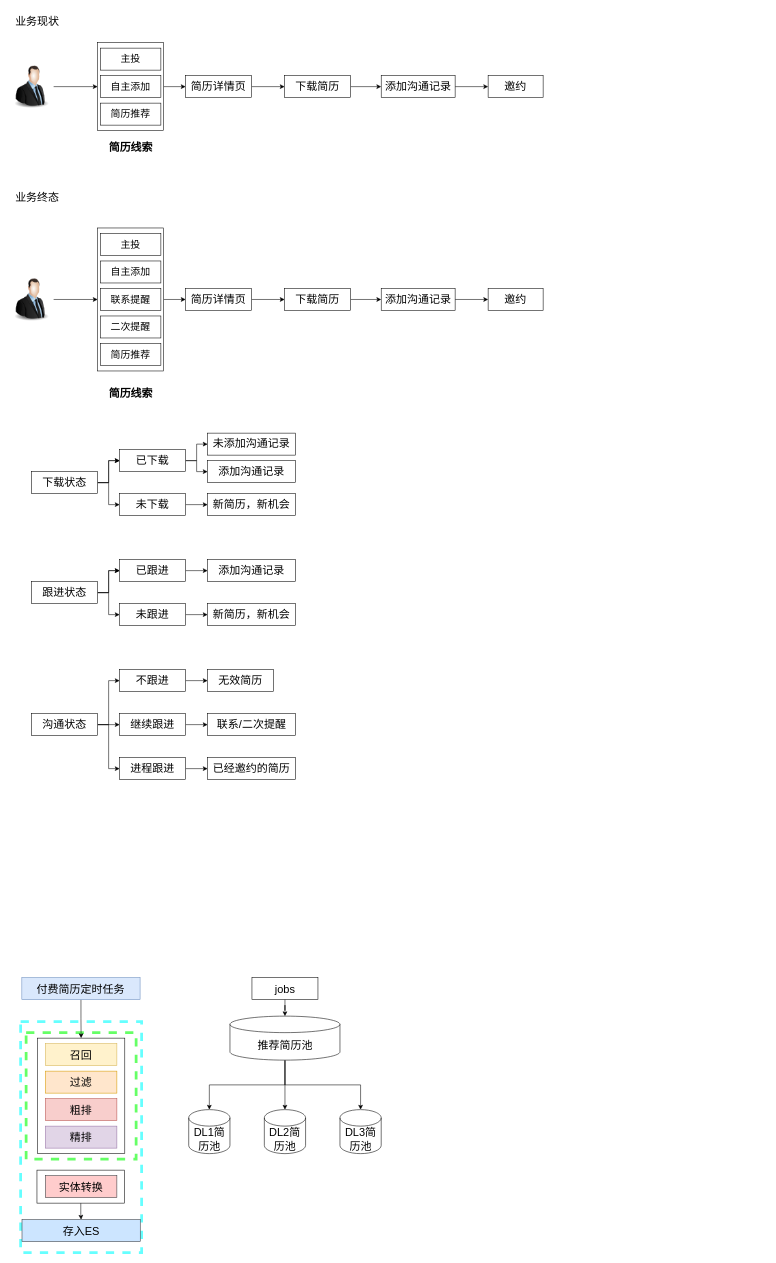
LuOyEbY/draw-b keeps this draw.io diagram as 简历推荐优化.drawio. Above is the earlier version. Source tidied: cells renumbered, new cells numbered last; positions are measured from the earlier drawing's top-left corner, leaving out a move shared by most shapes. Both pictures are drawn from the tidied source at 55%, with x=0, y=0 at pixel (9, 9).
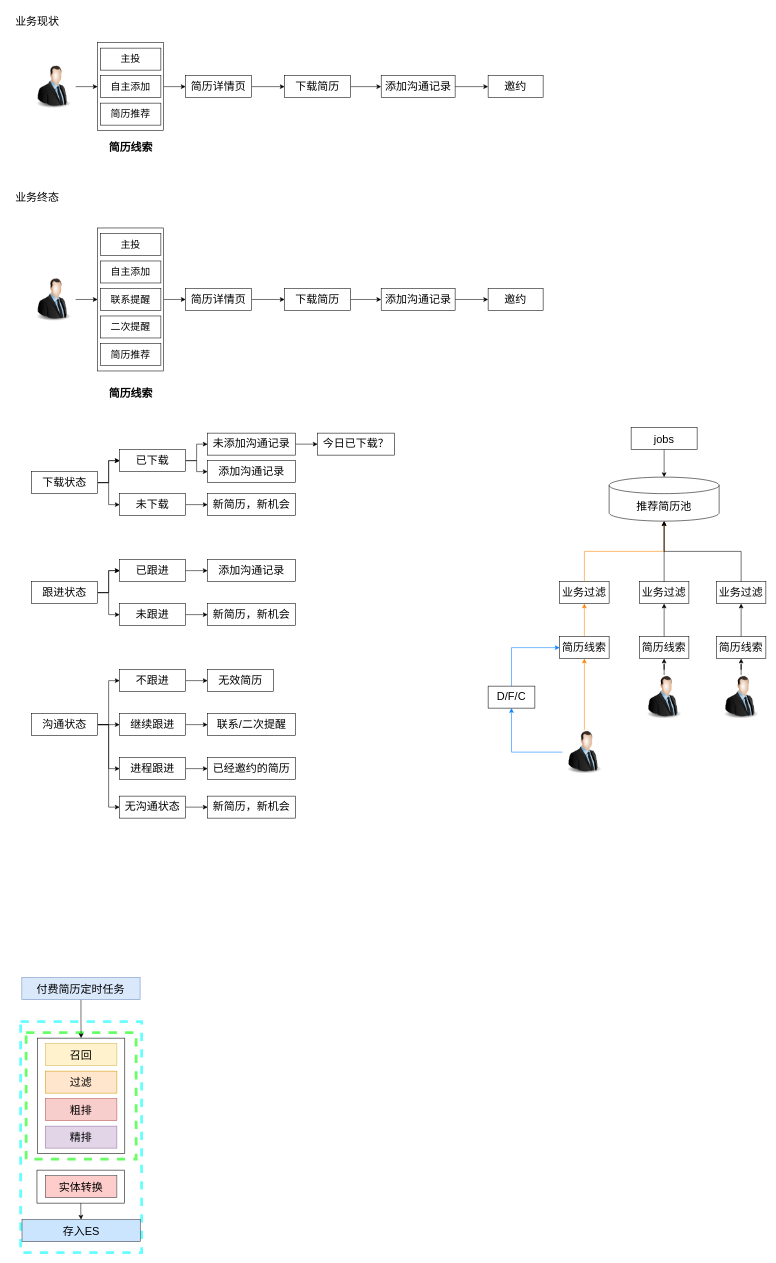
After the change.

Commit message:
更新简历推荐优化.drawio

Unchanged cells that the change refers to:
```xml
<mxCell id="69" value="沟通状态" style="whiteSpace=wrap;html=1;verticalAlign=top;labelBackgroundColor=default;fontSize=20;" parent="1" vertex="1">
  <mxGeometry x="40" y="1280" width="120" height="40" as="geometry" />
</mxCell>
<mxCell id="85" value="未添加沟通记录" style="whiteSpace=wrap;html=1;verticalAlign=top;labelBackgroundColor=default;fontSize=20;" parent="1" vertex="1">
  <mxGeometry x="360" y="770" width="160" height="40" as="geometry" />
</mxCell>
```

The edit, as a diff of the source:
```diff
@@
     <mxCell id="3" style="image;html=1;image=img/lib/clip_art/people/Suit_Man_128x128.png;" parent="1" vertex="1">
-      <mxGeometry y="100" width="80" height="80" as="geometry" />
+      <mxGeometry x="40" y="100" width="80" height="80" as="geometry" />
     </mxCell>
@@
     <mxCell id="12" style="image;html=1;image=img/lib/clip_art/people/Suit_Man_128x128.png;" parent="1" vertex="1">
-      <mxGeometry y="487" width="80" height="80" as="geometry" />
+      <mxGeometry x="40" y="487" width="80" height="80" as="geometry" />
     </mxCell>
@@
     <mxCell id="35" value="jobs" style="rounded=0;whiteSpace=wrap;html=1;fontSize=20;" parent="1" vertex="1">
-      <mxGeometry x="440.6" y="1760" width="120" height="40" as="geometry" />
+      <mxGeometry x="1130" y="760" width="120" height="40" as="geometry" />
     </mxCell>
-    <mxCell id="36" style="edgeStyle=orthogonalEdgeStyle;rounded=0;jettySize=auto;html=1;" parent="1" edge="1" source="39" target="42">
-      <mxGeometry relative="1" as="geometry" />
-    </mxCell>
-    <mxCell id="37" style="edgeStyle=orthogonalEdgeStyle;rounded=0;jettySize=auto;html=1;" parent="1" edge="1" source="39" target="41">
-      <mxGeometry relative="1" as="geometry" />
-    </mxCell>
-    <mxCell id="38" style="edgeStyle=orthogonalEdgeStyle;rounded=0;jettySize=auto;html=1;" parent="1" edge="1" source="39" target="43">
-      <mxGeometry relative="1" as="geometry" />
-    </mxCell>
     <mxCell id="39" value="推荐简历池" style="shape=cylinder3;whiteSpace=wrap;html=1;boundedLbl=1;backgroundOutline=1;size=15;fontSize=20;" parent="1" vertex="1">
-      <mxGeometry x="400.6" y="1830" width="200" height="80" as="geometry" />
+      <mxGeometry x="1090" y="850" width="200" height="80" as="geometry" />
     </mxCell>
@@
-    <mxCell id="41" value="DL1简历池" style="shape=cylinder3;whiteSpace=wrap;html=1;boundedLbl=1;backgroundOutline=1;size=15;fontSize=20;" parent="1" vertex="1">
-      <mxGeometry x="325.6" y="2000" width="75" height="80" as="geometry" />
-    </mxCell>
-    <mxCell id="42" value="DL2简历池" style="shape=cylinder3;whiteSpace=wrap;html=1;boundedLbl=1;backgroundOutline=1;size=15;fontSize=20;" parent="1" vertex="1">
-      <mxGeometry x="463.1" y="2000" width="75" height="80" as="geometry" />
-    </mxCell>
-    <mxCell id="43" value="DL3简历池" style="shape=cylinder3;whiteSpace=wrap;html=1;boundedLbl=1;backgroundOutline=1;size=15;fontSize=20;" parent="1" vertex="1">
-      <mxGeometry x="600.6" y="2000" width="75" height="80" as="geometry" />
-    </mxCell>
@@
+    <mxCell id="93" style="edgeStyle=orthogonalEdgeStyle;rounded=0;jettySize=auto;html=1;entryX=0;entryY=0.5;entryDx=0;entryDy=0;" parent="1" edge="1" source="69" target="96">
+      <mxGeometry relative="1" as="geometry" />
+    </mxCell>
@@
+    <mxCell id="94" style="edgeStyle=orthogonalEdgeStyle;rounded=0;jettySize=auto;html=1;" parent="1" edge="1" source="85" target="98">
+      <mxGeometry relative="1" as="geometry" />
+    </mxCell>
@@
+    <mxCell id="95" style="edgeStyle=orthogonalEdgeStyle;rounded=0;jettySize=auto;html=1;" parent="1" edge="1" source="96" target="97">
+      <mxGeometry relative="1" as="geometry" />
+    </mxCell>
+    <mxCell id="96" value="无沟通状态" style="whiteSpace=wrap;html=1;verticalAlign=top;labelBackgroundColor=default;fontSize=20;" parent="1" vertex="1">
+      <mxGeometry x="200" y="1430" width="120" height="40" as="geometry" />
+    </mxCell>
+    <mxCell id="97" value="新简历，新机会" style="whiteSpace=wrap;html=1;verticalAlign=top;labelBackgroundColor=default;fontSize=20;" parent="1" vertex="1">
+      <mxGeometry x="360" y="1430" width="160" height="40" as="geometry" />
+    </mxCell>
+    <mxCell id="98" value="今日已下载？" style="whiteSpace=wrap;html=1;verticalAlign=top;labelBackgroundColor=default;fontSize=20;" parent="1" vertex="1">
+      <mxGeometry x="560" y="770" width="140" height="40" as="geometry" />
+    </mxCell>
+    <mxCell id="99" style="edgeStyle=orthogonalEdgeStyle;rounded=0;jettySize=auto;html=1;strokeColor=#FF8000;" parent="1" edge="1" source="101" target="103">
+      <mxGeometry relative="1" as="geometry" />
+    </mxCell>
+    <mxCell id="100" style="edgeStyle=orthogonalEdgeStyle;rounded=0;jettySize=auto;html=1;strokeColor=#007FFF;" parent="1" edge="1" source="101" target="119">
+      <mxGeometry relative="1" as="geometry" />
+    </mxCell>
+    <mxCell id="101" style="image;html=1;image=img/lib/clip_art/people/Suit_Man_128x128.png;" parent="1" vertex="1">
+      <mxGeometry x="1005" y="1310" width="80" height="80" as="geometry" />
+    </mxCell>
+    <mxCell id="102" style="edgeStyle=orthogonalEdgeStyle;rounded=0;jettySize=auto;html=1;strokeColor=#FF8000;" parent="1" edge="1" source="103" target="104">
+      <mxGeometry relative="1" as="geometry" />
+    </mxCell>
+    <mxCell id="103" value="简历线索" style="whiteSpace=wrap;html=1;verticalAlign=top;labelBackgroundColor=default;fontSize=20;" parent="1" vertex="1">
+      <mxGeometry x="1000" y="1140" width="90" height="40" as="geometry" />
+    </mxCell>
+    <mxCell id="104" value="业务过滤" style="whiteSpace=wrap;html=1;verticalAlign=top;labelBackgroundColor=default;fontSize=20;" parent="1" vertex="1">
+      <mxGeometry x="1000" y="1040" width="90" height="40" as="geometry" />
+    </mxCell>
+    <mxCell id="105" style="edgeStyle=orthogonalEdgeStyle;rounded=0;jettySize=auto;html=1;entryX=0.5;entryY=1;entryDx=0;entryDy=0;entryPerimeter=0;strokeColor=#FF8000;" parent="1" edge="1" source="104" target="39">
+      <mxGeometry relative="1" as="geometry" />
+    </mxCell>
+    <mxCell id="106" style="edgeStyle=orthogonalEdgeStyle;rounded=0;jettySize=auto;html=1;" parent="1" edge="1" source="107" target="109">
+      <mxGeometry relative="1" as="geometry" />
+    </mxCell>
+    <mxCell id="107" style="image;html=1;image=img/lib/clip_art/people/Suit_Man_128x128.png;" parent="1" vertex="1">
+      <mxGeometry x="1150" y="1210" width="80" height="80" as="geometry" />
+    </mxCell>
+    <mxCell id="108" style="edgeStyle=orthogonalEdgeStyle;rounded=0;jettySize=auto;html=1;" parent="1" edge="1" source="109" target="110">
+      <mxGeometry relative="1" as="geometry" />
+    </mxCell>
+    <mxCell id="109" value="简历线索" style="whiteSpace=wrap;html=1;verticalAlign=top;labelBackgroundColor=default;fontSize=20;" parent="1" vertex="1">
+      <mxGeometry x="1145" y="1140" width="90" height="40" as="geometry" />
+    </mxCell>
+    <mxCell id="110" value="业务过滤" style="whiteSpace=wrap;html=1;verticalAlign=top;labelBackgroundColor=default;fontSize=20;" parent="1" vertex="1">
+      <mxGeometry x="1145" y="1040" width="90" height="40" as="geometry" />
+    </mxCell>
+    <mxCell id="111" style="edgeStyle=orthogonalEdgeStyle;rounded=0;jettySize=auto;html=1;entryX=0.5;entryY=1;entryDx=0;entryDy=0;entryPerimeter=0;" parent="1" edge="1" source="110" target="39">
+      <mxGeometry relative="1" as="geometry" />
+    </mxCell>
+    <mxCell id="112" style="edgeStyle=orthogonalEdgeStyle;rounded=0;jettySize=auto;html=1;" parent="1" edge="1" source="113" target="115">
+      <mxGeometry relative="1" as="geometry" />
+    </mxCell>
+    <mxCell id="113" style="image;html=1;image=img/lib/clip_art/people/Suit_Man_128x128.png;" parent="1" vertex="1">
+      <mxGeometry x="1290" y="1210" width="80" height="80" as="geometry" />
+    </mxCell>
+    <mxCell id="114" style="edgeStyle=orthogonalEdgeStyle;rounded=0;jettySize=auto;html=1;" parent="1" edge="1" source="115" target="116">
+      <mxGeometry relative="1" as="geometry" />
+    </mxCell>
+    <mxCell id="115" value="简历线索" style="whiteSpace=wrap;html=1;verticalAlign=top;labelBackgroundColor=default;fontSize=20;" parent="1" vertex="1">
+      <mxGeometry x="1285" y="1140" width="90" height="40" as="geometry" />
+    </mxCell>
+    <mxCell id="116" value="业务过滤" style="whiteSpace=wrap;html=1;verticalAlign=top;labelBackgroundColor=default;fontSize=20;" parent="1" vertex="1">
+      <mxGeometry x="1285" y="1040" width="90" height="40" as="geometry" />
+    </mxCell>
+    <mxCell id="117" style="edgeStyle=orthogonalEdgeStyle;rounded=0;jettySize=auto;html=1;entryX=0.5;entryY=1;entryDx=0;entryDy=0;entryPerimeter=0;" parent="1" edge="1" source="116" target="39">
+      <mxGeometry relative="1" as="geometry" />
+    </mxCell>
+    <mxCell id="118" style="edgeStyle=orthogonalEdgeStyle;rounded=0;jettySize=auto;html=1;entryX=0;entryY=0.5;entryDx=0;entryDy=0;strokeColor=#007FFF;" parent="1" edge="1" source="119" target="103">
+      <mxGeometry relative="1" as="geometry">
+        <Array as="points">
+          <mxPoint x="913" y="1160" />
+        </Array>
+      </mxGeometry>
+    </mxCell>
+    <mxCell id="119" value="D/F/C" style="whiteSpace=wrap;html=1;verticalAlign=top;labelBackgroundColor=default;fontSize=20;" parent="1" vertex="1">
+      <mxGeometry x="870" y="1230" width="85" height="40" as="geometry" />
+    </mxCell>
```
